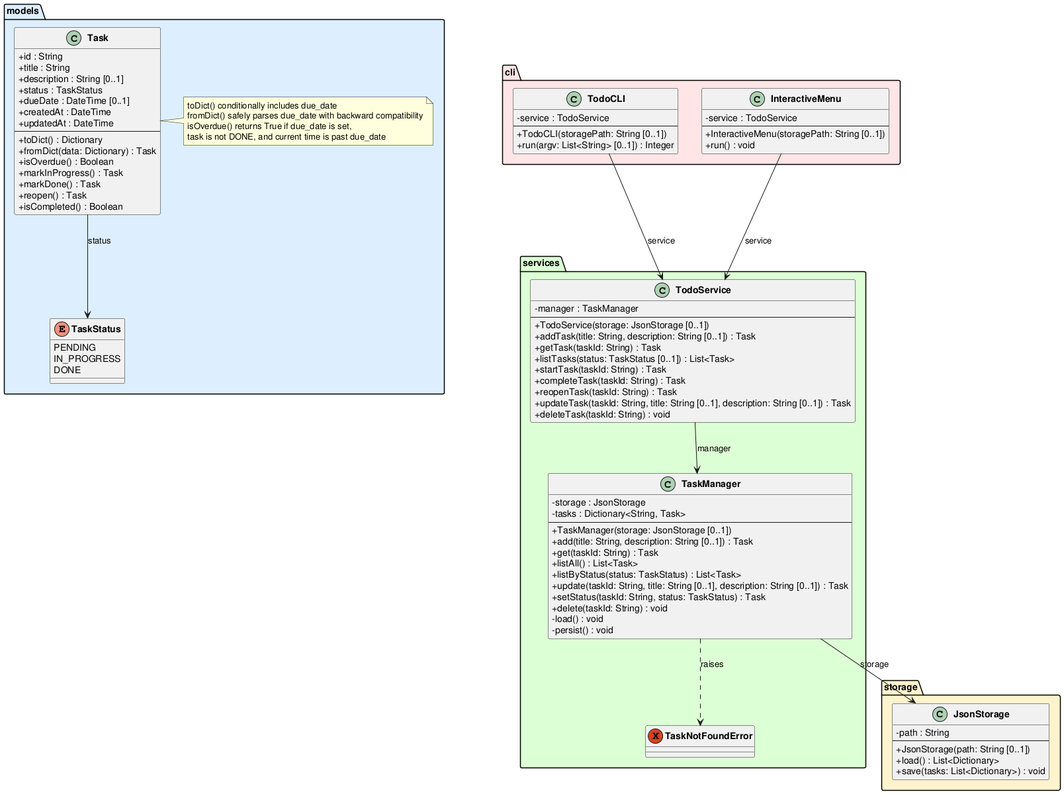
Earlier version of the PlantUML export experiments/pipeline/structured_text/TODO/artifacts/class_diagram.png (DanielRiha8906/Software_autoevolution_using_agents).
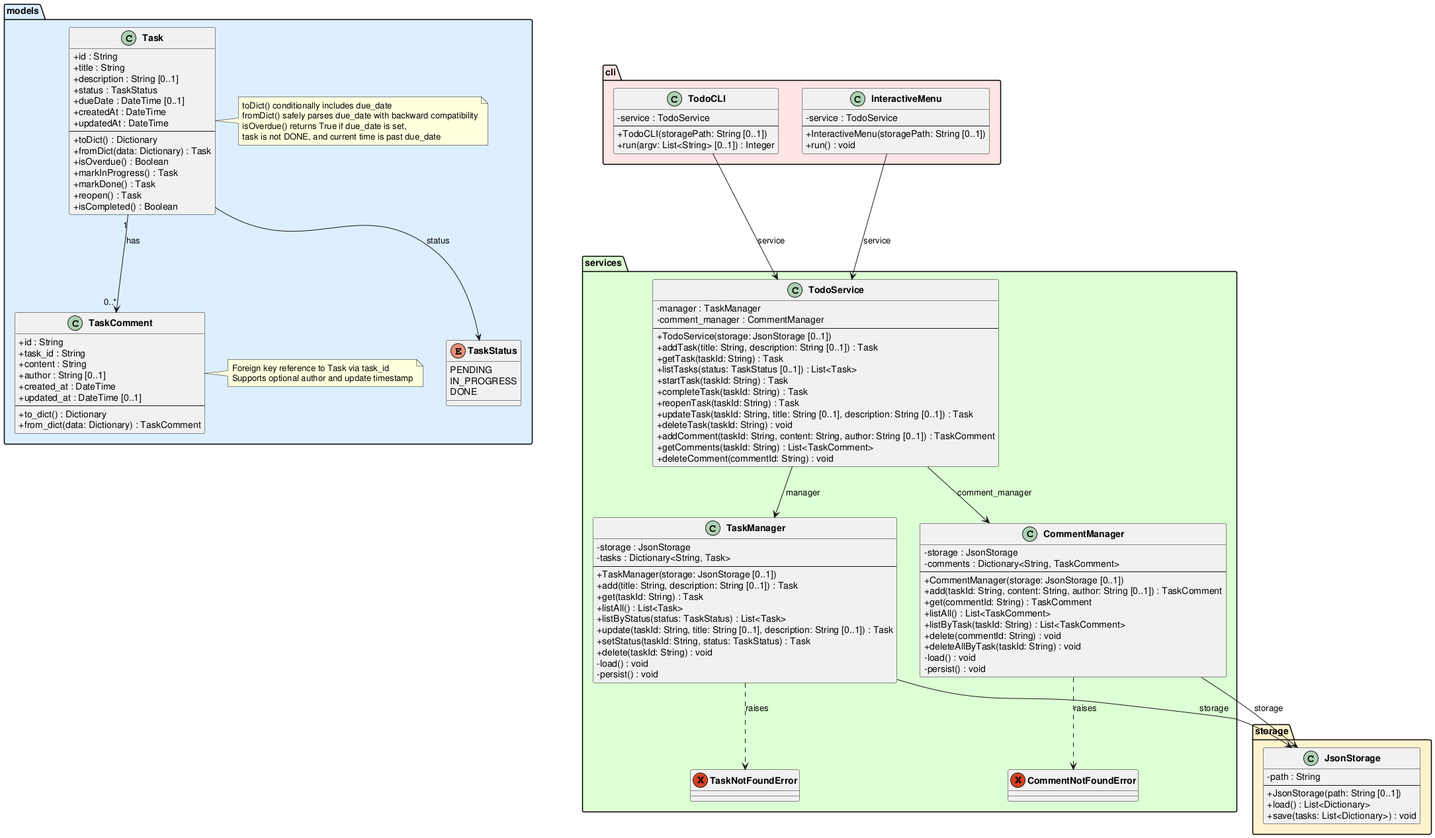
After the commit.

Diff of the diagram source:
```diff
@@ -33,6 +33,22 @@
         isOverdue() returns True if due_date is set,
         task is not DONE, and current time is past due_date
     end note
+
+    class TaskComment {
+        +id : String
+        +task_id : String
+        +content : String
+        +author : String [0..1]
+        +created_at : DateTime
+        +updated_at : DateTime [0..1]
+        --
+        +to_dict() : Dictionary
+        +from_dict(data: Dictionary) : TaskComment
+    }
+    note right of TaskComment
+        Foreign key reference to Task via task_id
+        Supports optional author and update timestamp
+    end note
 }
 
 package "storage" #FFF3CC {
@@ -47,6 +63,7 @@
 
 package "services" #DDFFD4 {
     exception TaskNotFoundError
+    exception CommentNotFoundError
 
     class TaskManager {
         -storage : JsonStorage
@@ -64,8 +81,24 @@
         -persist() : void
     }
 
+    class CommentManager {
+        -storage : JsonStorage
+        -comments : Dictionary<String, TaskComment>
+        --
+        +CommentManager(storage: JsonStorage [0..1])
+        +add(taskId: String, content: String, author: String [0..1]) : TaskComment
+        +get(commentId: String) : TaskComment
+        +listAll() : List<TaskComment>
+        +listByTask(taskId: String) : List<TaskComment>
+        +delete(commentId: String) : void
+        +deleteAllByTask(taskId: String) : void
+        -load() : void
+        -persist() : void
+    }
+
     class TodoService {
         -manager : TaskManager
+        -comment_manager : CommentManager
         --
         +TodoService(storage: JsonStorage [0..1])
         +addTask(title: String, description: String [0..1]) : Task
@@ -76,6 +109,9 @@
         +reopenTask(taskId: String) : Task
         +updateTask(taskId: String, title: String [0..1], description: String [0..1]) : Task
         +deleteTask(taskId: String) : void
+        +addComment(taskId: String, content: String, author: String [0..1]) : TaskComment
+        +getComments(taskId: String) : List<TaskComment>
+        +deleteComment(commentId: String) : void
     }
 }
 
@@ -96,9 +132,13 @@
 }
 
 Task --> TaskStatus : status
+Task "1" --> "0..*" TaskComment : has
 TaskManager --> JsonStorage : storage
 TaskManager ..> TaskNotFoundError : raises
+CommentManager --> JsonStorage : storage
+CommentManager ..> CommentNotFoundError : raises
 TodoService --> TaskManager : manager
+TodoService --> CommentManager : comment_manager
 TodoCLI --> TodoService : service
 InteractiveMenu --> TodoService : service
 
```
